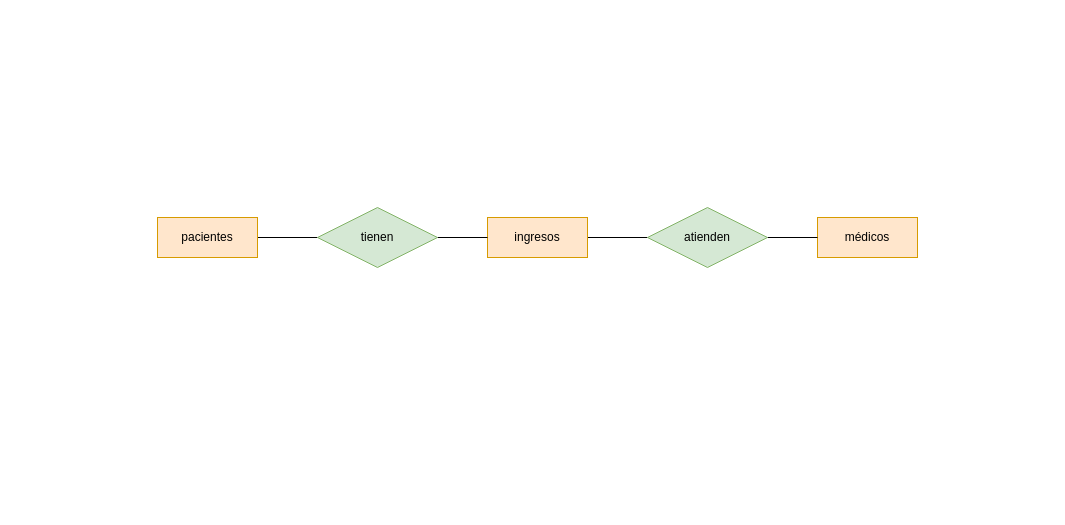
soystargaze/ASIR keeps this draw.io diagram as Gestión_de_Bases_de_datos/ER/Gestión de clínica.drawio. Above is the earlier version. Source tidied: cells renumbered, new cells numbered last; positions are measured from the earlier drawing's top-left corner, leaving out a move shared by most shapes. Both pictures are drawn from the tidied source at 100%, with x=0, y=0 at pixel (157, 207).
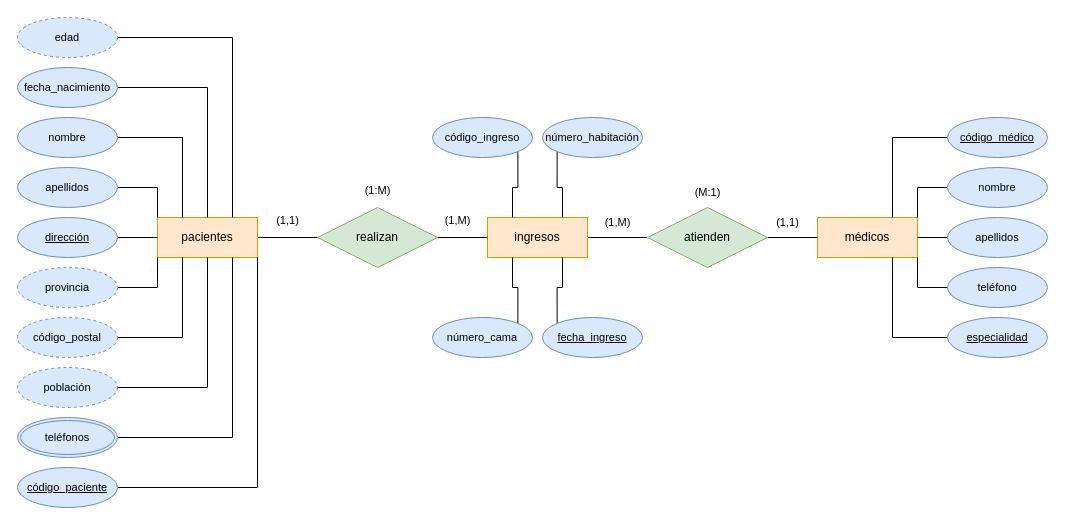
After the change.

The change refers to these unchanged cells:
```xml
<mxCell id="3" value="pacientes" style="whiteSpace=wrap;html=1;align=center;fillColor=#ffe6cc;strokeColor=#d79b00;" parent="1" vertex="1">
  <mxGeometry y="10" width="100" height="40" as="geometry" />
</mxCell>
<mxCell id="5" value="ingresos" style="whiteSpace=wrap;html=1;align=center;fillColor=#ffe6cc;strokeColor=#d79b00;" parent="1" vertex="1">
  <mxGeometry x="330" y="10" width="100" height="40" as="geometry" />
</mxCell>
<mxCell id="6" value="médicos" style="whiteSpace=wrap;html=1;align=center;fillColor=#ffe6cc;strokeColor=#d79b00;" parent="1" vertex="1">
  <mxGeometry x="660" y="10" width="100" height="40" as="geometry" />
</mxCell>
```

Change to the diagram source:
```diff
@@
-    <mxCell id="8" value="tienen" style="shape=rhombus;perimeter=rhombusPerimeter;whiteSpace=wrap;html=1;align=center;fillColor=#d5e8d4;strokeColor=#82b366;" parent="1" vertex="1">
+    <mxCell id="8" value="realizan" style="shape=rhombus;perimeter=rhombusPerimeter;whiteSpace=wrap;html=1;align=center;fillColor=#d5e8d4;strokeColor=#82b366;" parent="1" vertex="1">
       <mxGeometry x="160" width="120" height="60" as="geometry" />
     </mxCell>
@@
+    <mxCell id="11" style="edgeStyle=orthogonalEdgeStyle;shape=connector;rounded=0;jettySize=auto;html=1;exitX=1;exitY=0.5;exitDx=0;exitDy=0;entryX=0;entryY=0;entryDx=0;entryDy=0;labelBackgroundColor=default;strokeColor=default;align=center;verticalAlign=middle;fontFamily=Helvetica;fontSize=11;fontColor=default;endArrow=none;endFill=0;" parent="1" edge="1" source="12" target="3">
+      <mxGeometry relative="1" as="geometry" />
+    </mxCell>
+    <mxCell id="12" value="apellidos" style="ellipse;whiteSpace=wrap;html=1;align=center;fontFamily=Helvetica;fontSize=11;fillColor=#dae8fc;strokeColor=#6c8ebf;" parent="1" vertex="1">
+      <mxGeometry x="-140" y="-40" width="100" height="40" as="geometry" />
+    </mxCell>
+    <mxCell id="13" style="edgeStyle=orthogonalEdgeStyle;shape=connector;rounded=0;jettySize=auto;html=1;exitX=1;exitY=0.5;exitDx=0;exitDy=0;entryX=0.25;entryY=0;entryDx=0;entryDy=0;labelBackgroundColor=default;strokeColor=default;align=center;verticalAlign=middle;fontFamily=Helvetica;fontSize=11;fontColor=default;endArrow=none;endFill=0;" parent="1" edge="1" source="14" target="3">
+      <mxGeometry relative="1" as="geometry" />
+    </mxCell>
+    <mxCell id="14" value="nombre" style="ellipse;whiteSpace=wrap;html=1;align=center;fontFamily=Helvetica;fontSize=11;fillColor=#dae8fc;strokeColor=#6c8ebf;" parent="1" vertex="1">
+      <mxGeometry x="-140" y="-90" width="100" height="40" as="geometry" />
+    </mxCell>
+    <mxCell id="15" style="edgeStyle=orthogonalEdgeStyle;shape=connector;rounded=0;jettySize=auto;html=1;exitX=1;exitY=0.5;exitDx=0;exitDy=0;entryX=0;entryY=1;entryDx=0;entryDy=0;labelBackgroundColor=default;strokeColor=default;align=center;verticalAlign=middle;fontFamily=Helvetica;fontSize=11;fontColor=default;endArrow=none;endFill=0;" parent="1" edge="1" source="16" target="3">
+      <mxGeometry relative="1" as="geometry" />
+    </mxCell>
+    <mxCell id="16" value="provincia" style="ellipse;whiteSpace=wrap;html=1;align=center;fontFamily=Helvetica;fontSize=11;fillColor=#dae8fc;strokeColor=#6c8ebf;dashed=1;" parent="1" vertex="1">
+      <mxGeometry x="-140" y="60" width="100" height="40" as="geometry" />
+    </mxCell>
+    <mxCell id="17" style="edgeStyle=orthogonalEdgeStyle;shape=connector;rounded=0;jettySize=auto;html=1;exitX=1;exitY=0.5;exitDx=0;exitDy=0;entryX=0;entryY=0.5;entryDx=0;entryDy=0;labelBackgroundColor=default;strokeColor=default;align=center;verticalAlign=middle;fontFamily=Helvetica;fontSize=11;fontColor=default;endArrow=none;endFill=0;" parent="1" edge="1" source="18" target="3">
+      <mxGeometry relative="1" as="geometry" />
+    </mxCell>
+    <mxCell id="18" value="dirección" style="ellipse;whiteSpace=wrap;html=1;align=center;fontFamily=Helvetica;fontSize=11;fillColor=#dae8fc;strokeColor=#6c8ebf;fontStyle=4;" parent="1" vertex="1">
+      <mxGeometry x="-140" y="10" width="100" height="40" as="geometry" />
+    </mxCell>
+    <mxCell id="19" style="edgeStyle=orthogonalEdgeStyle;shape=connector;rounded=0;jettySize=auto;html=1;exitX=1;exitY=0.5;exitDx=0;exitDy=0;entryX=0.25;entryY=1;entryDx=0;entryDy=0;labelBackgroundColor=default;strokeColor=default;align=center;verticalAlign=middle;fontFamily=Helvetica;fontSize=11;fontColor=default;endArrow=none;endFill=0;" parent="1" edge="1" source="20" target="3">
+      <mxGeometry relative="1" as="geometry" />
+    </mxCell>
+    <mxCell id="20" value="código_postal" style="ellipse;whiteSpace=wrap;html=1;align=center;fontFamily=Helvetica;fontSize=11;fillColor=#dae8fc;strokeColor=#6c8ebf;dashed=1;" parent="1" vertex="1">
+      <mxGeometry x="-140" y="110" width="100" height="40" as="geometry" />
+    </mxCell>
+    <mxCell id="21" style="edgeStyle=orthogonalEdgeStyle;shape=connector;rounded=0;jettySize=auto;html=1;exitX=1;exitY=0.5;exitDx=0;exitDy=0;entryX=0.75;entryY=1;entryDx=0;entryDy=0;labelBackgroundColor=default;strokeColor=default;align=center;verticalAlign=middle;fontFamily=Helvetica;fontSize=11;fontColor=default;endArrow=none;endFill=0;" parent="1" edge="1" source="22" target="3">
+      <mxGeometry relative="1" as="geometry" />
+    </mxCell>
+    <mxCell id="22" value="teléfonos" style="ellipse;shape=doubleEllipse;margin=3;whiteSpace=wrap;html=1;align=center;fontFamily=Helvetica;fontSize=11;fillColor=#dae8fc;strokeColor=#6c8ebf;fontStyle=0;" parent="1" vertex="1">
+      <mxGeometry x="-140" y="210" width="100" height="40" as="geometry" />
+    </mxCell>
+    <mxCell id="23" style="edgeStyle=orthogonalEdgeStyle;shape=connector;rounded=0;jettySize=auto;html=1;exitX=1;exitY=0.5;exitDx=0;exitDy=0;entryX=0.5;entryY=0;entryDx=0;entryDy=0;labelBackgroundColor=default;strokeColor=default;align=center;verticalAlign=middle;fontFamily=Helvetica;fontSize=11;fontColor=default;endArrow=none;endFill=0;" parent="1" edge="1" source="24" target="3">
+      <mxGeometry relative="1" as="geometry" />
+    </mxCell>
+    <mxCell id="24" value="fecha_nacimiento" style="ellipse;whiteSpace=wrap;html=1;align=center;fontFamily=Helvetica;fontSize=11;fillColor=#dae8fc;strokeColor=#6c8ebf;" parent="1" vertex="1">
+      <mxGeometry x="-140" y="-140" width="100" height="40" as="geometry" />
+    </mxCell>
+    <mxCell id="25" style="edgeStyle=orthogonalEdgeStyle;shape=connector;rounded=0;jettySize=auto;html=1;exitX=1;exitY=0.5;exitDx=0;exitDy=0;entryX=0.75;entryY=0;entryDx=0;entryDy=0;labelBackgroundColor=default;strokeColor=default;align=center;verticalAlign=middle;fontFamily=Helvetica;fontSize=11;fontColor=default;endArrow=none;endFill=0;" parent="1" edge="1" source="26" target="3">
+      <mxGeometry relative="1" as="geometry" />
+    </mxCell>
+    <mxCell id="26" value="edad" style="ellipse;whiteSpace=wrap;html=1;align=center;fontFamily=Helvetica;fontSize=11;fillColor=#dae8fc;strokeColor=#6c8ebf;fontStyle=0;dashed=1;" parent="1" vertex="1">
+      <mxGeometry x="-140" y="-190" width="100" height="40" as="geometry" />
+    </mxCell>
+    <mxCell id="27" style="edgeStyle=orthogonalEdgeStyle;shape=connector;rounded=0;jettySize=auto;html=1;exitX=0;exitY=0.5;exitDx=0;exitDy=0;entryX=0.75;entryY=0;entryDx=0;entryDy=0;labelBackgroundColor=default;strokeColor=default;align=center;verticalAlign=middle;fontFamily=Helvetica;fontSize=11;fontColor=default;endArrow=none;endFill=0;" parent="1" edge="1" source="28" target="6">
+      <mxGeometry relative="1" as="geometry" />
+    </mxCell>
+    <mxCell id="28" value="código_médico" style="ellipse;whiteSpace=wrap;html=1;align=center;fontFamily=Helvetica;fontSize=11;fillColor=#dae8fc;strokeColor=#6c8ebf;fontStyle=4;" parent="1" vertex="1">
+      <mxGeometry x="790" y="-90" width="100" height="40" as="geometry" />
+    </mxCell>
+    <mxCell id="29" style="edgeStyle=orthogonalEdgeStyle;shape=connector;rounded=0;jettySize=auto;html=1;exitX=0;exitY=0.5;exitDx=0;exitDy=0;entryX=1;entryY=0;entryDx=0;entryDy=0;labelBackgroundColor=default;strokeColor=default;align=center;verticalAlign=middle;fontFamily=Helvetica;fontSize=11;fontColor=default;endArrow=none;endFill=0;" parent="1" edge="1" source="30" target="6">
+      <mxGeometry relative="1" as="geometry" />
+    </mxCell>
+    <mxCell id="30" value="nombre" style="ellipse;whiteSpace=wrap;html=1;align=center;fontFamily=Helvetica;fontSize=11;fillColor=#dae8fc;strokeColor=#6c8ebf;" parent="1" vertex="1">
+      <mxGeometry x="790" y="-40" width="100" height="40" as="geometry" />
+    </mxCell>
+    <mxCell id="31" style="edgeStyle=orthogonalEdgeStyle;shape=connector;rounded=0;jettySize=auto;html=1;exitX=0;exitY=0.5;exitDx=0;exitDy=0;entryX=1;entryY=0.5;entryDx=0;entryDy=0;labelBackgroundColor=default;strokeColor=default;align=center;verticalAlign=middle;fontFamily=Helvetica;fontSize=11;fontColor=default;endArrow=none;endFill=0;" parent="1" edge="1" source="32" target="6">
+      <mxGeometry relative="1" as="geometry" />
+    </mxCell>
+    <mxCell id="32" value="apellidos" style="ellipse;whiteSpace=wrap;html=1;align=center;fontFamily=Helvetica;fontSize=11;fillColor=#dae8fc;strokeColor=#6c8ebf;" parent="1" vertex="1">
+      <mxGeometry x="790" y="10" width="100" height="40" as="geometry" />
+    </mxCell>
+    <mxCell id="33" style="edgeStyle=orthogonalEdgeStyle;shape=connector;rounded=0;jettySize=auto;html=1;exitX=0;exitY=0.5;exitDx=0;exitDy=0;entryX=1;entryY=1;entryDx=0;entryDy=0;labelBackgroundColor=default;strokeColor=default;align=center;verticalAlign=middle;fontFamily=Helvetica;fontSize=11;fontColor=default;endArrow=none;endFill=0;" parent="1" edge="1" source="34" target="6">
+      <mxGeometry relative="1" as="geometry" />
+    </mxCell>
+    <mxCell id="34" value="teléfono" style="ellipse;whiteSpace=wrap;html=1;align=center;fontFamily=Helvetica;fontSize=11;fillColor=#dae8fc;strokeColor=#6c8ebf;" parent="1" vertex="1">
+      <mxGeometry x="790" y="60" width="100" height="40" as="geometry" />
+    </mxCell>
+    <mxCell id="35" style="edgeStyle=orthogonalEdgeStyle;shape=connector;rounded=0;jettySize=auto;html=1;exitX=0;exitY=0.5;exitDx=0;exitDy=0;entryX=0.75;entryY=1;entryDx=0;entryDy=0;labelBackgroundColor=default;strokeColor=default;align=center;verticalAlign=middle;fontFamily=Helvetica;fontSize=11;fontColor=default;endArrow=none;endFill=0;" parent="1" edge="1" source="36" target="6">
+      <mxGeometry relative="1" as="geometry" />
+    </mxCell>
+    <mxCell id="36" value="especialidad" style="ellipse;whiteSpace=wrap;html=1;align=center;fontFamily=Helvetica;fontSize=11;fillColor=#dae8fc;strokeColor=#6c8ebf;fontStyle=4;" parent="1" vertex="1">
+      <mxGeometry x="790" y="110" width="100" height="40" as="geometry" />
+    </mxCell>
+    <mxCell id="37" style="edgeStyle=orthogonalEdgeStyle;shape=connector;rounded=0;jettySize=auto;html=1;exitX=0;exitY=1;exitDx=0;exitDy=0;entryX=0.75;entryY=0;entryDx=0;entryDy=0;labelBackgroundColor=default;strokeColor=default;align=center;verticalAlign=middle;fontFamily=Helvetica;fontSize=11;fontColor=default;endArrow=none;endFill=0;" parent="1" edge="1" source="38" target="5">
+      <mxGeometry relative="1" as="geometry" />
+    </mxCell>
+    <mxCell id="38" value="número_habitación" style="ellipse;whiteSpace=wrap;html=1;align=center;fontFamily=Helvetica;fontSize=11;fillColor=#dae8fc;strokeColor=#6c8ebf;" parent="1" vertex="1">
+      <mxGeometry x="385" y="-90" width="100" height="40" as="geometry" />
+    </mxCell>
+    <mxCell id="39" style="edgeStyle=orthogonalEdgeStyle;shape=connector;rounded=0;jettySize=auto;html=1;exitX=1;exitY=1;exitDx=0;exitDy=0;entryX=0.25;entryY=0;entryDx=0;entryDy=0;labelBackgroundColor=default;strokeColor=default;align=center;verticalAlign=middle;fontFamily=Helvetica;fontSize=11;fontColor=default;endArrow=none;endFill=0;" parent="1" edge="1" source="40" target="5">
+      <mxGeometry relative="1" as="geometry" />
+    </mxCell>
+    <mxCell id="40" value="código_ingreso" style="ellipse;whiteSpace=wrap;html=1;align=center;fontFamily=Helvetica;fontSize=11;fillColor=#dae8fc;strokeColor=#6c8ebf;fontStyle=0;" parent="1" vertex="1">
+      <mxGeometry x="275" y="-90" width="100" height="40" as="geometry" />
+    </mxCell>
+    <mxCell id="41" style="edgeStyle=orthogonalEdgeStyle;shape=connector;rounded=0;jettySize=auto;html=1;exitX=0;exitY=0;exitDx=0;exitDy=0;entryX=0.75;entryY=1;entryDx=0;entryDy=0;labelBackgroundColor=default;strokeColor=default;align=center;verticalAlign=middle;fontFamily=Helvetica;fontSize=11;fontColor=default;endArrow=none;endFill=0;" parent="1" edge="1" source="42" target="5">
+      <mxGeometry relative="1" as="geometry" />
+    </mxCell>
+    <mxCell id="42" value="fecha_ingreso" style="ellipse;whiteSpace=wrap;html=1;align=center;fontFamily=Helvetica;fontSize=11;fillColor=#dae8fc;strokeColor=#6c8ebf;fontStyle=4;" parent="1" vertex="1">
+      <mxGeometry x="385" y="110" width="100" height="40" as="geometry" />
+    </mxCell>
+    <mxCell id="43" style="edgeStyle=orthogonalEdgeStyle;shape=connector;rounded=0;jettySize=auto;html=1;exitX=1;exitY=0;exitDx=0;exitDy=0;entryX=0.25;entryY=1;entryDx=0;entryDy=0;labelBackgroundColor=default;strokeColor=default;align=center;verticalAlign=middle;fontFamily=Helvetica;fontSize=11;fontColor=default;endArrow=none;endFill=0;" parent="1" edge="1" source="44" target="5">
+      <mxGeometry relative="1" as="geometry" />
+    </mxCell>
+    <mxCell id="44" value="número_cama" style="ellipse;whiteSpace=wrap;html=1;align=center;fontFamily=Helvetica;fontSize=11;fillColor=#dae8fc;strokeColor=#6c8ebf;" parent="1" vertex="1">
+      <mxGeometry x="275" y="110" width="100" height="40" as="geometry" />
+    </mxCell>
+    <mxCell id="45" value="(1,M)" style="text;html=1;align=center;verticalAlign=middle;strokeColor=none;fillColor=none;fontSize=11;fontFamily=Helvetica;fontColor=default;" parent="1" vertex="1">
+      <mxGeometry x="435" width="50" height="30" as="geometry" />
+    </mxCell>
+    <mxCell id="46" value="(1,1)" style="text;html=1;align=center;verticalAlign=middle;strokeColor=none;fillColor=none;fontSize=11;fontFamily=Helvetica;fontColor=default;" parent="1" vertex="1">
+      <mxGeometry x="605" width="50" height="30" as="geometry" />
+    </mxCell>
+    <mxCell id="47" value="(M:1)" style="text;html=1;align=center;verticalAlign=middle;strokeColor=none;fillColor=none;fontSize=11;fontFamily=Helvetica;fontColor=default;" parent="1" vertex="1">
+      <mxGeometry x="525" y="-30" width="50" height="30" as="geometry" />
+    </mxCell>
+    <mxCell id="48" value="(1,1)" style="text;html=1;align=center;verticalAlign=middle;strokeColor=none;fillColor=none;fontSize=11;fontFamily=Helvetica;fontColor=default;" parent="1" vertex="1">
+      <mxGeometry x="105" y="-2" width="50" height="30" as="geometry" />
+    </mxCell>
+    <mxCell id="49" value="(1,M)" style="text;html=1;align=center;verticalAlign=middle;strokeColor=none;fillColor=none;fontSize=11;fontFamily=Helvetica;fontColor=default;" parent="1" vertex="1">
+      <mxGeometry x="275" y="-2" width="50" height="30" as="geometry" />
+    </mxCell>
+    <mxCell id="50" value="(1:M)" style="text;html=1;align=center;verticalAlign=middle;strokeColor=none;fillColor=none;fontSize=11;fontFamily=Helvetica;fontColor=default;" parent="1" vertex="1">
+      <mxGeometry x="195" y="-32" width="50" height="30" as="geometry" />
+    </mxCell>
+    <mxCell id="51" style="edgeStyle=orthogonalEdgeStyle;shape=connector;rounded=0;jettySize=auto;html=1;exitX=1;exitY=0.5;exitDx=0;exitDy=0;entryX=0.5;entryY=1;entryDx=0;entryDy=0;labelBackgroundColor=default;strokeColor=default;align=center;verticalAlign=middle;fontFamily=Helvetica;fontSize=11;fontColor=default;endArrow=none;endFill=0;" parent="1" edge="1" source="52" target="3">
+      <mxGeometry relative="1" as="geometry" />
+    </mxCell>
+    <mxCell id="52" value="población" style="ellipse;whiteSpace=wrap;html=1;align=center;fontFamily=Helvetica;fontSize=11;fillColor=#dae8fc;strokeColor=#6c8ebf;dashed=1;" parent="1" vertex="1">
+      <mxGeometry x="-140" y="160" width="100" height="40" as="geometry" />
+    </mxCell>
+    <mxCell id="53" style="edgeStyle=orthogonalEdgeStyle;shape=connector;rounded=0;jettySize=auto;html=1;exitX=1;exitY=0.5;exitDx=0;exitDy=0;entryX=1;entryY=1;entryDx=0;entryDy=0;labelBackgroundColor=default;strokeColor=default;align=center;verticalAlign=middle;fontFamily=Helvetica;fontSize=11;fontColor=default;endArrow=none;endFill=0;" parent="1" edge="1" source="54" target="3">
+      <mxGeometry relative="1" as="geometry" />
+    </mxCell>
+    <mxCell id="54" value="código_paciente" style="ellipse;whiteSpace=wrap;html=1;align=center;fontFamily=Helvetica;fontSize=11;fillColor=#dae8fc;strokeColor=#6c8ebf;fontStyle=4;" parent="1" vertex="1">
+      <mxGeometry x="-140" y="260" width="100" height="40" as="geometry" />
+    </mxCell>
```
